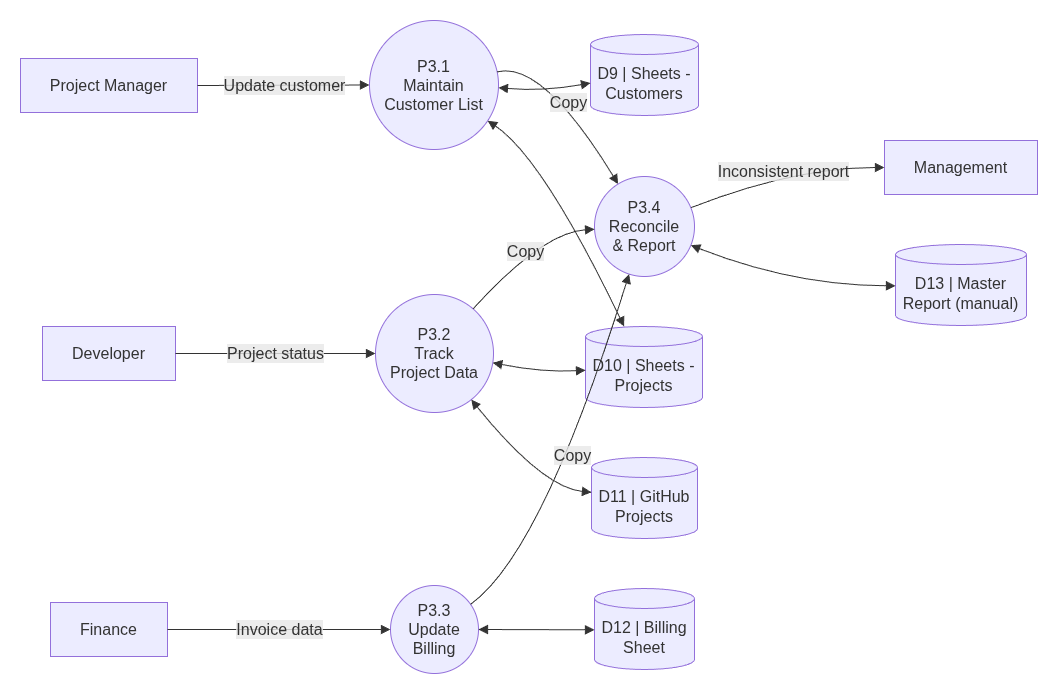
The draw.io diagram NextStepBD_report/images/fig-4-19.png in naim1405/ISAD, before a commit. Source tidied: cells renumbered, new cells last; positions are measured from the earlier drawing's top-left corner, leaving out a move shared by most shapes.
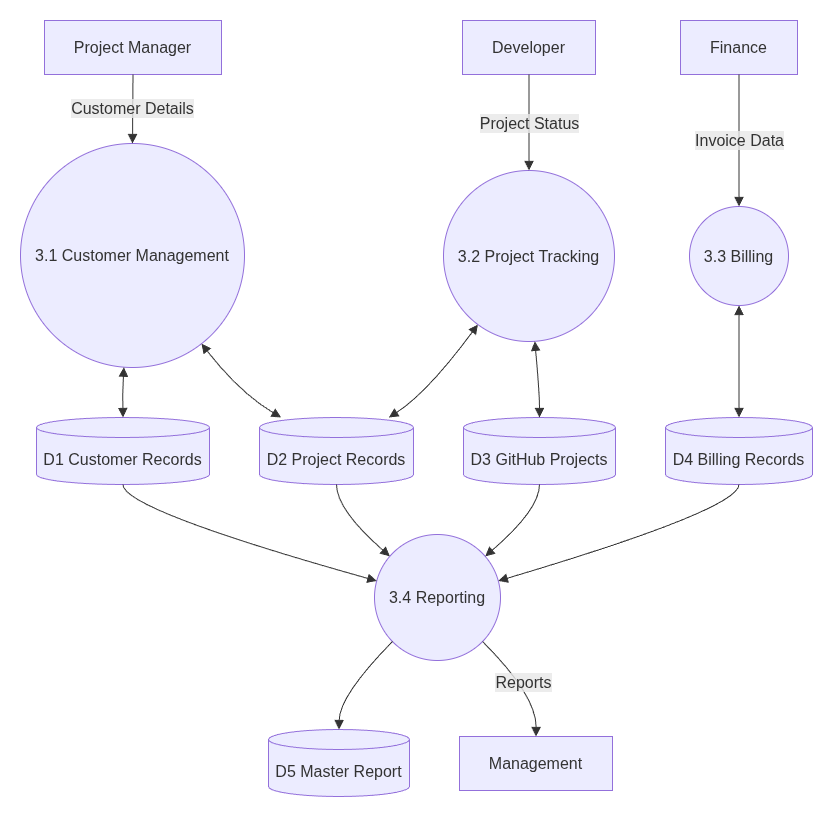
After the commit.

What changed in the source:
```diff
@@ -6,118 +6,125 @@
       <mxGeometry as="geometry" />
     </mxCell>
     <mxCell id="3" value="Project Manager" style="html=1;whiteSpace=wrap;strokeWidth=1;fillColor=light-dark(#ECECFF,#1f2020);strokeColor=light-dark(#9370DB,#cccccc);fontColor=light-dark(#333333,#cccccc);fontFamily=Trebuchet MS,Verdana,Arial,sans-serif;fontSize=16;" parent="2" vertex="1">
-      <mxGeometry x="70" y="78" width="177" height="54" as="geometry" />
+      <mxGeometry x="164" y="40" width="177" height="54" as="geometry" />
     </mxCell>
     <mxCell id="4" value="Developer" style="html=1;whiteSpace=wrap;strokeWidth=1;fillColor=light-dark(#ECECFF,#1f2020);strokeColor=light-dark(#9370DB,#cccccc);fontColor=light-dark(#333333,#cccccc);fontFamily=Trebuchet MS,Verdana,Arial,sans-serif;fontSize=16;" parent="2" vertex="1">
-      <mxGeometry x="92" y="346" width="133" height="54" as="geometry" />
+      <mxGeometry x="582" y="40" width="133" height="54" as="geometry" />
     </mxCell>
     <mxCell id="5" value="Finance" style="html=1;whiteSpace=wrap;strokeWidth=1;fillColor=light-dark(#ECECFF,#1f2020);strokeColor=light-dark(#9370DB,#cccccc);fontColor=light-dark(#333333,#cccccc);fontFamily=Trebuchet MS,Verdana,Arial,sans-serif;fontSize=16;" parent="2" vertex="1">
-      <mxGeometry x="100" y="622" width="117" height="54" as="geometry" />
+      <mxGeometry x="800" y="40" width="117" height="54" as="geometry" />
     </mxCell>
     <mxCell id="6" value="Management" style="html=1;whiteSpace=wrap;strokeWidth=1;fillColor=light-dark(#ECECFF,#1f2020);strokeColor=light-dark(#9370DB,#cccccc);fontColor=light-dark(#333333,#cccccc);fontFamily=Trebuchet MS,Verdana,Arial,sans-serif;fontSize=16;" parent="2" vertex="1">
-      <mxGeometry x="934" y="160" width="153" height="54" as="geometry" />
+      <mxGeometry x="579" y="756" width="153" height="54" as="geometry" />
     </mxCell>
-    <mxCell id="7" value="P3.1&#10;Maintain&#10;Customer List" style="ellipse;html=1;strokeWidth=1;whiteSpace=wrap;fillColor=light-dark(#ECECFF,#1f2020);strokeColor=light-dark(#9370DB,#cccccc);fontColor=light-dark(#333333,#cccccc);fontFamily=Trebuchet MS,Verdana,Arial,sans-serif;fontSize=16;" parent="2" vertex="1">
-      <mxGeometry x="419" y="40" width="129" height="129" as="geometry" />
-    </mxCell>
-    <mxCell id="8" value="P3.2&#10;Track&#10;Project Data" style="ellipse;html=1;strokeWidth=1;whiteSpace=wrap;fillColor=light-dark(#ECECFF,#1f2020);strokeColor=light-dark(#9370DB,#cccccc);fontColor=light-dark(#333333,#cccccc);fontFamily=Trebuchet MS,Verdana,Arial,sans-serif;fontSize=16;" parent="2" vertex="1">
-      <mxGeometry x="425" y="314" width="118" height="118" as="geometry" />
-    </mxCell>
-    <mxCell id="9" value="P3.3&#10;Update&#10;Billing" style="ellipse;html=1;strokeWidth=1;whiteSpace=wrap;fillColor=light-dark(#ECECFF,#1f2020);strokeColor=light-dark(#9370DB,#cccccc);fontColor=light-dark(#333333,#cccccc);fontFamily=Trebuchet MS,Verdana,Arial,sans-serif;fontSize=16;" parent="2" vertex="1">
-      <mxGeometry x="440" y="605" width="88" height="88" as="geometry" />
-    </mxCell>
-    <mxCell id="10" value="P3.4&#10;Reconcile&#10;&amp;amp; Report" style="ellipse;html=1;strokeWidth=1;whiteSpace=wrap;fillColor=light-dark(#ECECFF,#1f2020);strokeColor=light-dark(#9370DB,#cccccc);fontColor=light-dark(#333333,#cccccc);fontFamily=Trebuchet MS,Verdana,Arial,sans-serif;fontSize=16;" parent="2" vertex="1">
-      <mxGeometry x="644" y="196" width="100" height="100" as="geometry" />
-    </mxCell>
-    <mxCell id="11" value="D9 | Sheets -&#10;Customers" style="html=1;shape=cylinder3;boundedLbl=1;backgroundOutline=1;size=10;strokeWidth=1;whiteSpace=wrap;fillColor=light-dark(#ECECFF,#1f2020);strokeColor=light-dark(#9370DB,#cccccc);fontColor=light-dark(#333333,#cccccc);fontFamily=Trebuchet MS,Verdana,Arial,sans-serif;fontSize=16;" parent="2" vertex="1">
-      <mxGeometry x="640" y="54" width="108" height="81" as="geometry" />
-    </mxCell>
-    <mxCell id="12" value="D10 | Sheets -&#10;Projects" style="html=1;shape=cylinder3;boundedLbl=1;backgroundOutline=1;size=10;strokeWidth=1;whiteSpace=wrap;fillColor=light-dark(#ECECFF,#1f2020);strokeColor=light-dark(#9370DB,#cccccc);fontColor=light-dark(#333333,#cccccc);fontFamily=Trebuchet MS,Verdana,Arial,sans-serif;fontSize=16;" parent="2" vertex="1">
-      <mxGeometry x="635" y="346" width="117" height="81" as="geometry" />
-    </mxCell>
-    <mxCell id="13" value="D11 | GitHub&#10;Projects" style="html=1;shape=cylinder3;boundedLbl=1;backgroundOutline=1;size=10;strokeWidth=1;whiteSpace=wrap;fillColor=light-dark(#ECECFF,#1f2020);strokeColor=light-dark(#9370DB,#cccccc);fontColor=light-dark(#333333,#cccccc);fontFamily=Trebuchet MS,Verdana,Arial,sans-serif;fontSize=16;" parent="2" vertex="1">
-      <mxGeometry x="641" y="477" width="106" height="81" as="geometry" />
-    </mxCell>
-    <mxCell id="14" value="D12 | Billing&#10;Sheet" style="html=1;shape=cylinder3;boundedLbl=1;backgroundOutline=1;size=10;strokeWidth=1;whiteSpace=wrap;fillColor=light-dark(#ECECFF,#1f2020);strokeColor=light-dark(#9370DB,#cccccc);fontColor=light-dark(#333333,#cccccc);fontFamily=Trebuchet MS,Verdana,Arial,sans-serif;fontSize=16;" parent="2" vertex="1">
-      <mxGeometry x="644" y="608" width="100" height="81" as="geometry" />
-    </mxCell>
-    <mxCell id="15" value="D13 | Master&#10;Report (manual)" style="html=1;shape=cylinder3;boundedLbl=1;backgroundOutline=1;size=10;strokeWidth=1;whiteSpace=wrap;fillColor=light-dark(#ECECFF,#1f2020);strokeColor=light-dark(#9370DB,#cccccc);fontColor=light-dark(#333333,#cccccc);fontFamily=Trebuchet MS,Verdana,Arial,sans-serif;fontSize=16;" parent="2" vertex="1">
-      <mxGeometry x="945" y="264" width="131" height="81" as="geometry" />
-    </mxCell>
-    <mxCell id="16" value="Update customer" style="curved=1;startArrow=none;endArrow=block;endSize=7;strokeColor=light-dark(#333333,#cccccc);html=1;fontSize=16;labelBackgroundColor=light-dark(#E8E8E88D,#2a2a2a8D);fontFamily=Trebuchet MS,Verdana,Arial,sans-serif;fontColor=light-dark(#333333,#cccccc);exitX=1;exitY=0.5;entryX=0;entryY=0.5;rounded=0;" parent="2" edge="1" source="3" target="7">
-      <mxGeometry relative="1" as="geometry" />
-    </mxCell>
-    <mxCell id="17" value="Project status" style="curved=1;startArrow=none;endArrow=block;endSize=7;strokeColor=light-dark(#333333,#cccccc);html=1;fontSize=16;labelBackgroundColor=light-dark(#E8E8E88D,#2a2a2a8D);fontFamily=Trebuchet MS,Verdana,Arial,sans-serif;fontColor=light-dark(#333333,#cccccc);exitX=1;exitY=0.5;entryX=0;entryY=0.5;rounded=0;" parent="2" edge="1" source="4" target="8">
-      <mxGeometry relative="1" as="geometry" />
-    </mxCell>
-    <mxCell id="18" value="Invoice data" style="curved=1;startArrow=none;endArrow=block;endSize=7;strokeColor=light-dark(#333333,#cccccc);html=1;fontSize=16;labelBackgroundColor=light-dark(#E8E8E88D,#2a2a2a8D);fontFamily=Trebuchet MS,Verdana,Arial,sans-serif;fontColor=light-dark(#333333,#cccccc);exitX=1;exitY=0.5;entryX=0;entryY=0.5;rounded=0;" parent="2" edge="1" source="5" target="9">
-      <mxGeometry relative="1" as="geometry" />
-    </mxCell>
-    <mxCell id="19" value="Copy" style="curved=1;startArrow=none;endArrow=block;endSize=7;strokeColor=light-dark(#333333,#cccccc);html=1;fontSize=16;labelBackgroundColor=light-dark(#E8E8E88D,#2a2a2a8D);fontFamily=Trebuchet MS,Verdana,Arial,sans-serif;fontColor=light-dark(#333333,#cccccc);exitX=1;exitY=0.39;entryX=0.19;entryY=0;rounded=0;" parent="2" edge="1" source="7" target="10">
-      <mxGeometry relative="1" as="geometry">
-        <Array as="points">
-          <mxPoint x="592" y="80" />
-        </Array>
-      </mxGeometry>
-    </mxCell>
-    <mxCell id="20" value="Copy" style="curved=1;startArrow=none;endArrow=block;endSize=7;strokeColor=light-dark(#333333,#cccccc);html=1;fontSize=16;labelBackgroundColor=light-dark(#E8E8E88D,#2a2a2a8D);fontFamily=Trebuchet MS,Verdana,Arial,sans-serif;fontColor=light-dark(#333333,#cccccc);exitX=0.94;exitY=0;entryX=0;entryY=0.53;rounded=0;" parent="2" edge="1" source="8" target="10">
-      <mxGeometry relative="1" as="geometry">
-        <Array as="points">
-          <mxPoint x="592" y="252" />
-        </Array>
-      </mxGeometry>
-    </mxCell>
-    <mxCell id="21" value="Copy" style="curved=1;startArrow=none;endArrow=block;endSize=7;strokeColor=light-dark(#333333,#cccccc);html=1;fontSize=16;labelBackgroundColor=light-dark(#E8E8E88D,#2a2a2a8D);fontFamily=Trebuchet MS,Verdana,Arial,sans-serif;fontColor=light-dark(#333333,#cccccc);exitX=1;exitY=0.14;entryX=0.34;entryY=1;rounded=0;" parent="2" edge="1" source="9" target="10">
-      <mxGeometry relative="1" as="geometry">
-        <Array as="points">
-          <mxPoint x="592" y="572" />
-        </Array>
-      </mxGeometry>
-    </mxCell>
-    <mxCell id="22" value="Inconsistent report" style="curved=1;startArrow=none;endArrow=block;endSize=7;strokeColor=light-dark(#333333,#cccccc);html=1;fontSize=16;labelBackgroundColor=light-dark(#E8E8E88D,#2a2a2a8D);fontFamily=Trebuchet MS,Verdana,Arial,sans-serif;fontColor=light-dark(#333333,#cccccc);exitX=1;exitY=0.3;entryX=0;entryY=0.5;rounded=0;" parent="2" edge="1" source="10" target="6">
-      <mxGeometry relative="1" as="geometry">
-        <Array as="points">
-          <mxPoint x="843" y="187" />
-        </Array>
-      </mxGeometry>
-    </mxCell>
-    <mxCell id="23" style="curved=1;startArrow=block;startSize=7;endArrow=block;endSize=7;strokeColor=light-dark(#333333,#cccccc);exitX=1;exitY=0.53;entryX=0;entryY=0.6;rounded=0;" parent="2" edge="1" source="7" target="11">
-      <mxGeometry relative="1" as="geometry">
-        <Array as="points">
-          <mxPoint x="592" y="111" />
-        </Array>
-      </mxGeometry>
-    </mxCell>
-    <mxCell id="24" style="curved=1;startArrow=block;startSize=7;endArrow=block;endSize=7;strokeColor=light-dark(#333333,#cccccc);exitX=1;exitY=0.84;entryX=0.33;entryY=0;rounded=0;" parent="2" edge="1" source="7" target="12">
-      <mxGeometry relative="1" as="geometry">
-        <Array as="points">
-          <mxPoint x="592" y="177" />
-        </Array>
-      </mxGeometry>
-    </mxCell>
-    <mxCell id="25" style="curved=1;startArrow=block;startSize=7;endArrow=block;endSize=7;strokeColor=light-dark(#333333,#cccccc);exitX=1;exitY=0.58;entryX=0;entryY=0.54;rounded=0;" parent="2" edge="1" source="8" target="12">
-      <mxGeometry relative="1" as="geometry">
-        <Array as="points">
-          <mxPoint x="592" y="392" />
-        </Array>
-      </mxGeometry>
-    </mxCell>
-    <mxCell id="26" style="curved=1;startArrow=block;startSize=7;endArrow=block;endSize=7;strokeColor=light-dark(#333333,#cccccc);exitX=0.9;exitY=1;entryX=0;entryY=0.43;rounded=0;" parent="2" edge="1" source="8" target="13">
-      <mxGeometry relative="1" as="geometry">
-        <Array as="points">
-          <mxPoint x="592" y="507" />
-        </Array>
-      </mxGeometry>
-    </mxCell>
-    <mxCell id="27" style="curved=1;startArrow=block;startSize=7;endArrow=block;endSize=7;strokeColor=light-dark(#333333,#cccccc);exitX=1;exitY=0.5;entryX=0;entryY=0.51;rounded=0;" parent="2" edge="1" source="9" target="14">
-      <mxGeometry relative="1" as="geometry" />
-    </mxCell>
-    <mxCell id="28" style="curved=1;startArrow=block;startSize=7;endArrow=block;endSize=7;strokeColor=light-dark(#333333,#cccccc);exitX=1;exitY=0.7;entryX=0;entryY=0.51;rounded=0;" parent="2" edge="1" source="10" target="15">
-      <mxGeometry relative="1" as="geometry">
-        <Array as="points">
-          <mxPoint x="843" y="305" />
-        </Array>
-      </mxGeometry>
-    </mxCell>
+    <mxCell id="29" value="3.1 Customer Management" style="ellipse;html=1;strokeWidth=1;whiteSpace=wrap;fillColor=light-dark(#ECECFF,#1f2020);strokeColor=light-dark(#9370DB,#cccccc);fontColor=light-dark(#333333,#cccccc);fontFamily=Trebuchet MS,Verdana,Arial,sans-serif;fontSize=16;" parent="2" vertex="1">
+      <mxGeometry x="140" y="163" width="224" height="224" as="geometry" />
+    </mxCell>
+    <mxCell id="30" value="3.2 Project Tracking" style="ellipse;html=1;strokeWidth=1;whiteSpace=wrap;fillColor=light-dark(#ECECFF,#1f2020);strokeColor=light-dark(#9370DB,#cccccc);fontColor=light-dark(#333333,#cccccc);fontFamily=Trebuchet MS,Verdana,Arial,sans-serif;fontSize=16;" parent="2" vertex="1">
+      <mxGeometry x="563" y="190" width="171" height="171" as="geometry" />
+    </mxCell>
+    <mxCell id="31" value="3.3 Billing" style="ellipse;html=1;strokeWidth=1;whiteSpace=wrap;fillColor=light-dark(#ECECFF,#1f2020);strokeColor=light-dark(#9370DB,#cccccc);fontColor=light-dark(#333333,#cccccc);fontFamily=Trebuchet MS,Verdana,Arial,sans-serif;fontSize=16;" parent="2" vertex="1">
+      <mxGeometry x="809" y="226" width="99" height="99" as="geometry" />
+    </mxCell>
+    <mxCell id="32" value="3.4 Reporting" style="ellipse;html=1;strokeWidth=1;whiteSpace=wrap;fillColor=light-dark(#ECECFF,#1f2020);strokeColor=light-dark(#9370DB,#cccccc);fontColor=light-dark(#333333,#cccccc);fontFamily=Trebuchet MS,Verdana,Arial,sans-serif;fontSize=16;" parent="2" vertex="1">
+      <mxGeometry x="494" y="554" width="126" height="126" as="geometry" />
+    </mxCell>
+    <mxCell id="33" value="D1 Customer Records" style="html=1;shape=cylinder3;boundedLbl=1;backgroundOutline=1;size=10;strokeWidth=1;whiteSpace=wrap;fillColor=light-dark(#ECECFF,#1f2020);strokeColor=light-dark(#9370DB,#cccccc);fontColor=light-dark(#333333,#cccccc);fontFamily=Trebuchet MS,Verdana,Arial,sans-serif;fontSize=16;" parent="2" vertex="1">
+      <mxGeometry x="156" y="437" width="173" height="67" as="geometry" />
+    </mxCell>
+    <mxCell id="34" value="D2 Project Records" style="html=1;shape=cylinder3;boundedLbl=1;backgroundOutline=1;size=10;strokeWidth=1;whiteSpace=wrap;fillColor=light-dark(#ECECFF,#1f2020);strokeColor=light-dark(#9370DB,#cccccc);fontColor=light-dark(#333333,#cccccc);fontFamily=Trebuchet MS,Verdana,Arial,sans-serif;fontSize=16;" parent="2" vertex="1">
+      <mxGeometry x="379" y="437" width="154" height="67" as="geometry" />
+    </mxCell>
+    <mxCell id="35" value="D3 GitHub Projects" style="html=1;shape=cylinder3;boundedLbl=1;backgroundOutline=1;size=10;strokeWidth=1;whiteSpace=wrap;fillColor=light-dark(#ECECFF,#1f2020);strokeColor=light-dark(#9370DB,#cccccc);fontColor=light-dark(#333333,#cccccc);fontFamily=Trebuchet MS,Verdana,Arial,sans-serif;fontSize=16;" parent="2" vertex="1">
+      <mxGeometry x="583" y="437" width="152" height="67" as="geometry" />
+    </mxCell>
+    <mxCell id="36" value="D4 Billing Records" style="html=1;shape=cylinder3;boundedLbl=1;backgroundOutline=1;size=10;strokeWidth=1;whiteSpace=wrap;fillColor=light-dark(#ECECFF,#1f2020);strokeColor=light-dark(#9370DB,#cccccc);fontColor=light-dark(#333333,#cccccc);fontFamily=Trebuchet MS,Verdana,Arial,sans-serif;fontSize=16;" parent="2" vertex="1">
+      <mxGeometry x="785" y="437" width="147" height="67" as="geometry" />
+    </mxCell>
+    <mxCell id="37" value="D5 Master Report" style="html=1;shape=cylinder3;boundedLbl=1;backgroundOutline=1;size=10;strokeWidth=1;whiteSpace=wrap;fillColor=light-dark(#ECECFF,#1f2020);strokeColor=light-dark(#9370DB,#cccccc);fontColor=light-dark(#333333,#cccccc);fontFamily=Trebuchet MS,Verdana,Arial,sans-serif;fontSize=16;" parent="2" vertex="1">
+      <mxGeometry x="388" y="749" width="141" height="67" as="geometry" />
+    </mxCell>
+    <mxCell id="38" value="Customer Details" style="curved=1;startArrow=none;endArrow=block;endSize=7;strokeColor=light-dark(#333333,#cccccc);html=1;fontSize=16;labelBackgroundColor=light-dark(#E8E8E88D,#2a2a2a8D);fontFamily=Trebuchet MS,Verdana,Arial,sans-serif;fontColor=light-dark(#333333,#cccccc);exitX=0.5;exitY=1;entryX=0.5;entryY=0;rounded=0;" parent="2" edge="1" source="3" target="29">
+      <mxGeometry relative="1" as="geometry" />
+    </mxCell>
+    <mxCell id="39" value="Project Status" style="curved=1;startArrow=none;endArrow=block;endSize=7;strokeColor=light-dark(#333333,#cccccc);html=1;fontSize=16;labelBackgroundColor=light-dark(#E8E8E88D,#2a2a2a8D);fontFamily=Trebuchet MS,Verdana,Arial,sans-serif;fontColor=light-dark(#333333,#cccccc);exitX=0.5;exitY=1;entryX=0.5;entryY=0;rounded=0;" parent="2" edge="1" source="4" target="30">
+      <mxGeometry relative="1" as="geometry" />
+    </mxCell>
+    <mxCell id="40" value="Invoice Data" style="curved=1;startArrow=none;endArrow=block;endSize=7;strokeColor=light-dark(#333333,#cccccc);html=1;fontSize=16;labelBackgroundColor=light-dark(#E8E8E88D,#2a2a2a8D);fontFamily=Trebuchet MS,Verdana,Arial,sans-serif;fontColor=light-dark(#333333,#cccccc);exitX=0.5;exitY=1;entryX=0.49;entryY=0;rounded=0;" parent="2" edge="1" source="5" target="31">
+      <mxGeometry relative="1" as="geometry" />
+    </mxCell>
+    <mxCell id="41" style="curved=1;startArrow=block;startSize=7;endArrow=block;endSize=7;strokeColor=light-dark(#333333,#cccccc);exitX=0.46;exitY=1;entryX=0.5;entryY=0;rounded=0;" parent="2" edge="1" source="29" target="33">
+      <mxGeometry relative="1" as="geometry">
+        <Array as="points">
+          <mxPoint x="242" y="412" />
+        </Array>
+      </mxGeometry>
+    </mxCell>
+    <mxCell id="42" style="curved=1;startArrow=block;startSize=7;endArrow=block;endSize=7;strokeColor=light-dark(#333333,#cccccc);exitX=0.89;exitY=1;entryX=0.14;entryY=0;rounded=0;" parent="2" edge="1" source="29" target="34">
+      <mxGeometry relative="1" as="geometry">
+        <Array as="points">
+          <mxPoint x="359" y="412" />
+        </Array>
+      </mxGeometry>
+    </mxCell>
+    <mxCell id="43" style="curved=1;startArrow=block;startSize=7;endArrow=block;endSize=7;strokeColor=light-dark(#333333,#cccccc);exitX=0.13;exitY=1;entryX=0.84;entryY=0;rounded=0;" parent="2" edge="1" source="30" target="34">
+      <mxGeometry relative="1" as="geometry">
+        <Array as="points">
+          <mxPoint x="547" y="412" />
+        </Array>
+      </mxGeometry>
+    </mxCell>
+    <mxCell id="44" style="curved=1;startArrow=block;startSize=7;endArrow=block;endSize=7;strokeColor=light-dark(#333333,#cccccc);exitX=0.54;exitY=1;entryX=0.5;entryY=0;rounded=0;" parent="2" edge="1" source="30" target="35">
+      <mxGeometry relative="1" as="geometry">
+        <Array as="points">
+          <mxPoint x="659" y="412" />
+        </Array>
+      </mxGeometry>
+    </mxCell>
+    <mxCell id="45" style="curved=1;startArrow=block;startSize=7;endArrow=block;endSize=7;strokeColor=light-dark(#333333,#cccccc);exitX=0.49;exitY=1;entryX=0.5;entryY=0;rounded=0;" parent="2" edge="1" source="31" target="36">
+      <mxGeometry relative="1" as="geometry" />
+    </mxCell>
+    <mxCell id="46" style="curved=1;startArrow=none;endArrow=block;endSize=7;strokeColor=light-dark(#333333,#cccccc);exitX=0.5;exitY=1;entryX=0;entryY=0.36;rounded=0;" parent="2" edge="1" source="33" target="32">
+      <mxGeometry relative="1" as="geometry">
+        <Array as="points">
+          <mxPoint x="242" y="529" />
+        </Array>
+      </mxGeometry>
+    </mxCell>
+    <mxCell id="47" style="curved=1;startArrow=none;endArrow=block;endSize=7;strokeColor=light-dark(#333333,#cccccc);exitX=0.5;exitY=1;entryX=0;entryY=0.06;rounded=0;" parent="2" edge="1" source="34" target="32">
+      <mxGeometry relative="1" as="geometry">
+        <Array as="points">
+          <mxPoint x="456" y="529" />
+        </Array>
+      </mxGeometry>
+    </mxCell>
+    <mxCell id="48" style="curved=1;startArrow=none;endArrow=block;endSize=7;strokeColor=light-dark(#333333,#cccccc);exitX=0.5;exitY=1;entryX=1;entryY=0.06;rounded=0;" parent="2" edge="1" source="35" target="32">
+      <mxGeometry relative="1" as="geometry">
+        <Array as="points">
+          <mxPoint x="659" y="529" />
+        </Array>
+      </mxGeometry>
+    </mxCell>
+    <mxCell id="49" style="curved=1;startArrow=none;endArrow=block;endSize=7;strokeColor=light-dark(#333333,#cccccc);exitX=0.5;exitY=1;entryX=1;entryY=0.36;rounded=0;" parent="2" edge="1" source="36" target="32">
+      <mxGeometry relative="1" as="geometry">
+        <Array as="points">
+          <mxPoint x="858" y="529" />
+        </Array>
+      </mxGeometry>
+    </mxCell>
+    <mxCell id="50" style="curved=1;startArrow=none;endArrow=block;endSize=7;strokeColor=light-dark(#333333,#cccccc);exitX=0;exitY=0.99;entryX=0.5;entryY=0;rounded=0;" parent="2" edge="1" source="32" target="37">
+      <mxGeometry relative="1" as="geometry">
+        <Array as="points">
+          <mxPoint x="459" y="715" />
+        </Array>
+      </mxGeometry>
+    </mxCell>
+    <mxCell id="51" value="Reports" style="curved=1;startArrow=none;endArrow=block;endSize=7;strokeColor=light-dark(#333333,#cccccc);html=1;fontSize=16;labelBackgroundColor=light-dark(#E8E8E88D,#2a2a2a8D);fontFamily=Trebuchet MS,Verdana,Arial,sans-serif;fontColor=light-dark(#333333,#cccccc);exitX=1;exitY=0.99;entryX=0.5;entryY=0;rounded=0;" parent="2" edge="1" source="32" target="6">
+      <mxGeometry relative="1" as="geometry">
+        <Array as="points">
+          <mxPoint x="656" y="715" />
+        </Array>
+      </mxGeometry>
+    </mxCell>
   </root>
 </mxGraphModel>
```
